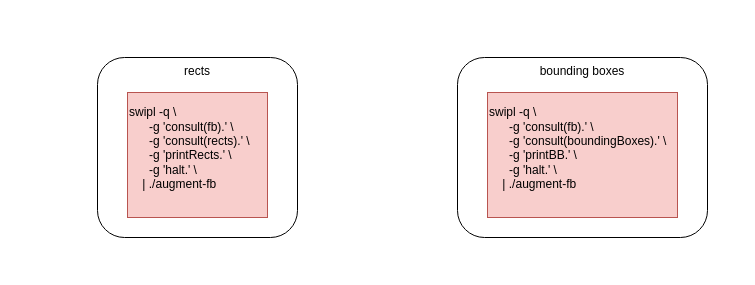
langjam/jam0001 keeps this draw.io diagram as guitarvydas/details.drawio. Above is the earlier version. Source tidied: cells renumbered, new cells numbered last; positions are measured from the earlier drawing's top-left corner, leaving out a move shared by most shapes. Both pictures are drawn from the tidied source at 100%, with x=0, y=0 at pixel (97, 57).
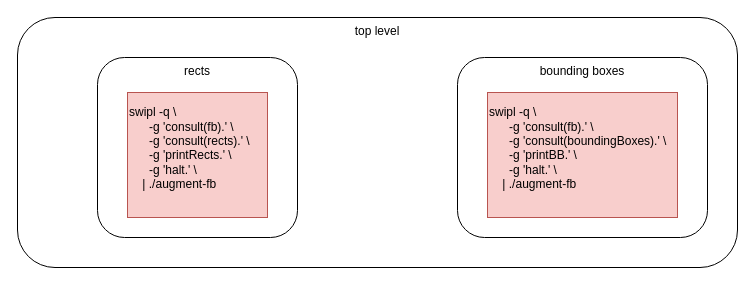
The same page after the edit.

Commit message (it also covers changes not shown here):
checkpoint details diagram, name needs to be assigned earlier

Diff of the diagram source:
```diff
@@
 <mxGraphModel>
   <root>
     <mxCell id="0" />
     <mxCell id="1" parent="0" />
+    <mxCell id="6" value="top level" style="rounded=1;whiteSpace=wrap;html=1;verticalAlign=top;" parent="1" vertex="1">
+      <mxGeometry x="-80" y="-40" width="720" height="250" as="geometry" />
+    </mxCell>
     <mxCell id="2" value="rects" style="rounded=1;whiteSpace=wrap;html=1;verticalAlign=top;" parent="1" vertex="1">
       <mxGeometry width="200" height="180" as="geometry" />
     </mxCell>
     <mxCell id="3" value="&lt;div&gt;swipl -q \&lt;/div&gt;&lt;div&gt;&amp;nbsp; &amp;nbsp; &amp;nbsp; -g 'consult(fb).' \&lt;/div&gt;&lt;div&gt;&amp;nbsp; &amp;nbsp; &amp;nbsp; -g 'consult(rects).' \&lt;/div&gt;&lt;div&gt;&amp;nbsp; &amp;nbsp; &amp;nbsp; -g 'printRects.' \&lt;/div&gt;&lt;div&gt;&amp;nbsp; &amp;nbsp; &amp;nbsp; -g 'halt.' \&lt;/div&gt;&lt;div&gt;&amp;nbsp; &amp;nbsp; | ./augment-fb&lt;/div&gt;&lt;div&gt;&lt;br&gt;&lt;/div&gt;" style="rounded=0;whiteSpace=wrap;html=1;align=left;fillColor=#f8cecc;strokeColor=#b85450;" parent="1" vertex="1">
       <mxGeometry x="30" y="35" width="140" height="125" as="geometry" />
     </mxCell>
     <mxCell id="4" value="bounding boxes" style="rounded=1;whiteSpace=wrap;html=1;verticalAlign=top;" parent="1" vertex="1">
       <mxGeometry x="360" width="250" height="180" as="geometry" />
     </mxCell>
     <mxCell id="5" value="&lt;div&gt;&lt;div&gt;swipl -q \&lt;/div&gt;&lt;div&gt;&amp;nbsp; &amp;nbsp; &amp;nbsp; -g 'consult(fb).' \&lt;/div&gt;&lt;div&gt;&amp;nbsp; &amp;nbsp; &amp;nbsp; -g 'consult(boundingBoxes).' \&lt;/div&gt;&lt;div&gt;&amp;nbsp; &amp;nbsp; &amp;nbsp; -g 'printBB.' \&lt;/div&gt;&lt;div&gt;&amp;nbsp; &amp;nbsp; &amp;nbsp; -g 'halt.' \&lt;/div&gt;&lt;div&gt;&amp;nbsp; &amp;nbsp; | ./augment-fb&lt;/div&gt;&lt;div&gt;&lt;br&gt;&lt;/div&gt;&lt;/div&gt;" style="rounded=0;whiteSpace=wrap;html=1;align=left;fillColor=#f8cecc;strokeColor=#b85450;" parent="1" vertex="1">
       <mxGeometry x="390" y="35" width="190" height="125" as="geometry" />
     </mxCell>
   </root>
 </mxGraphModel>
```
